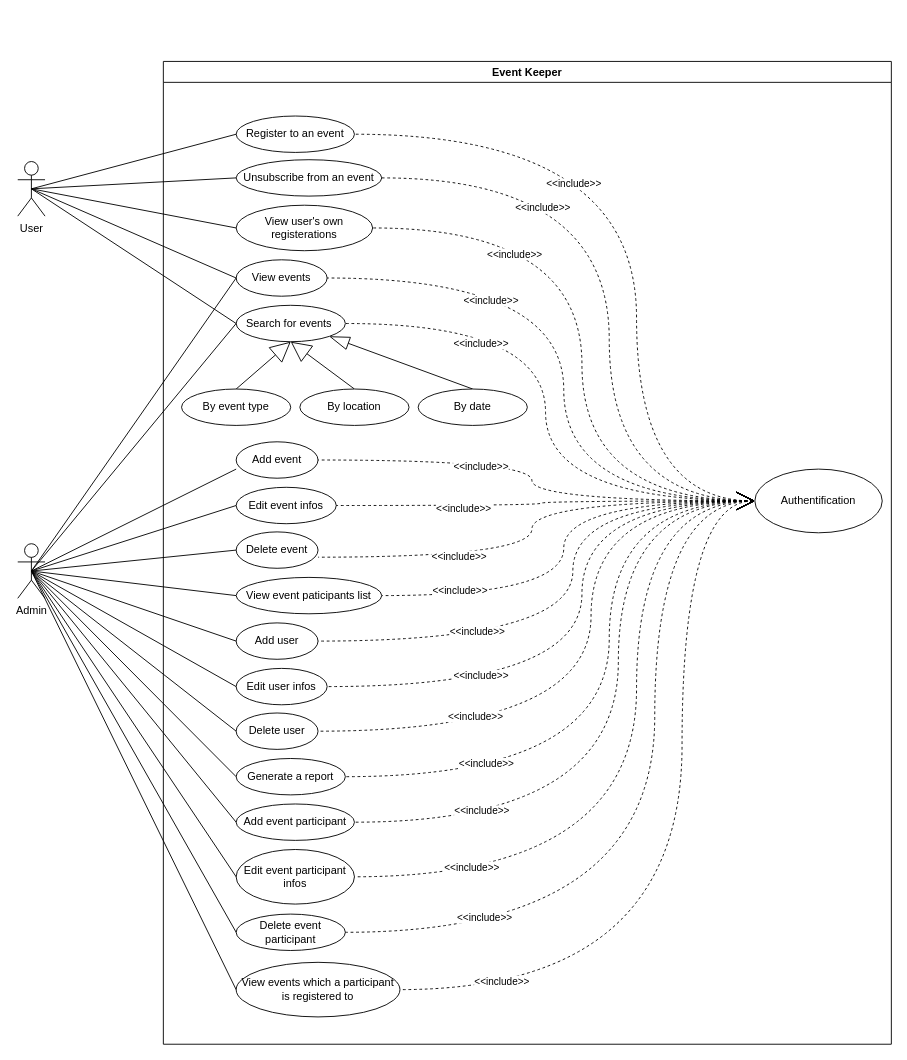
Earlier version of the draw.io diagram page "Use Case" (1 of 2) of eventKeeper.drawio (berghach/EventKeeper). Source tidied: cells renumbered, new cells numbered last; positions are measured from the earlier drawing's top-left corner, leaving out a move shared by most shapes. Both pictures are drawn from the tidied source at 91%, with x=0, y=0 at pixel (17, 61).
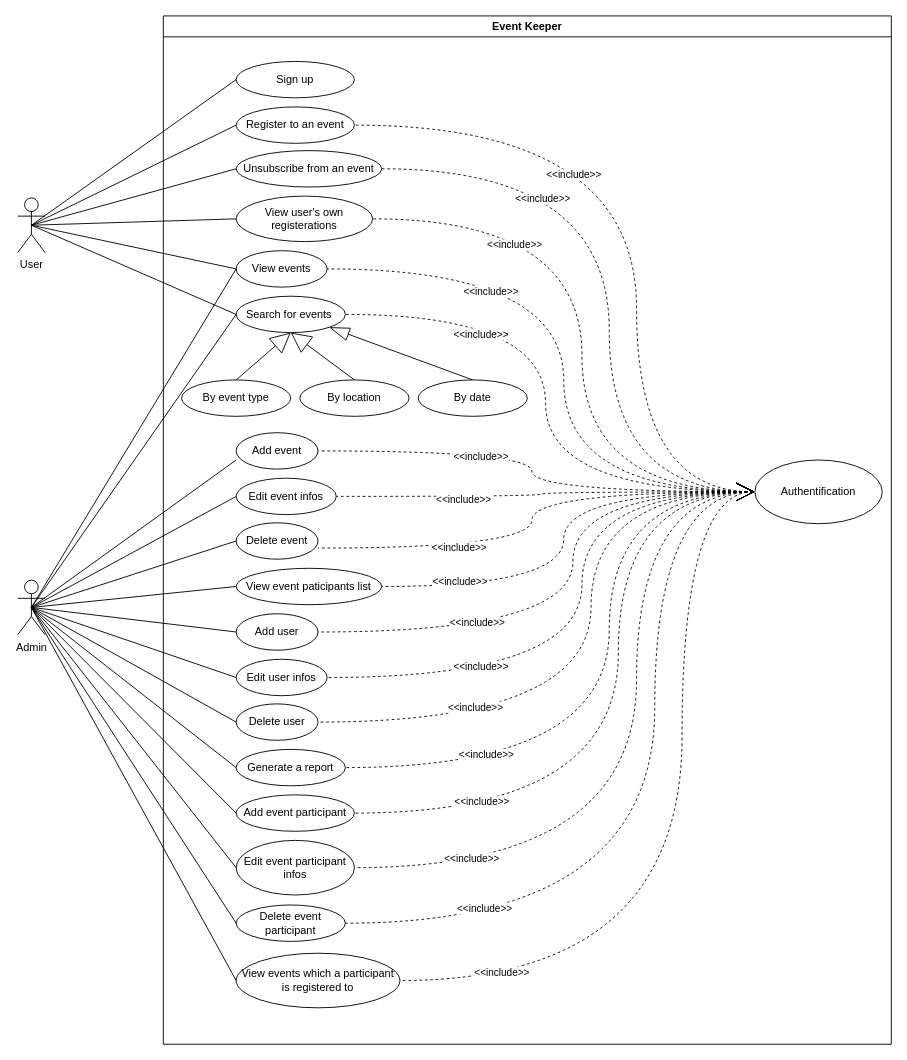
After the change.

What changed in the source:
```diff
@@
     <mxCell id="2" value="Event Keeper" style="swimlane;whiteSpace=wrap;html=1;" parent="1" vertex="1">
-      <mxGeometry x="160" width="800" height="1080" as="geometry" />
+      <mxGeometry x="160" y="-50" width="800" height="1130" as="geometry" />
     </mxCell>
     <mxCell id="3" value="Edit user infos" style="ellipse;whiteSpace=wrap;html=1;" parent="2" vertex="1">
-      <mxGeometry x="80" y="667" width="100" height="40" as="geometry" />
+      <mxGeometry x="80" y="707" width="100" height="40" as="geometry" />
     </mxCell>
     <mxCell id="4" value="Add user" style="ellipse;whiteSpace=wrap;html=1;" parent="2" vertex="1">
-      <mxGeometry x="80" y="617" width="90" height="40" as="geometry" />
+      <mxGeometry x="80" y="657" width="90" height="40" as="geometry" />
     </mxCell>
     <mxCell id="5" value="Add event" style="ellipse;whiteSpace=wrap;html=1;" parent="2" vertex="1">
-      <mxGeometry x="80" y="418" width="90" height="40" as="geometry" />
+      <mxGeometry x="80" y="458" width="90" height="40" as="geometry" />
     </mxCell>
     <mxCell id="6" value="Edit event infos" style="ellipse;whiteSpace=wrap;html=1;" parent="2" vertex="1">
-      <mxGeometry x="80" y="468" width="110" height="40" as="geometry" />
+      <mxGeometry x="80" y="508" width="110" height="40" as="geometry" />
     </mxCell>
     <mxCell id="7" value="Delete user" style="ellipse;whiteSpace=wrap;html=1;" parent="2" vertex="1">
-      <mxGeometry x="80" y="716" width="90" height="40" as="geometry" />
+      <mxGeometry x="80" y="756" width="90" height="40" as="geometry" />
     </mxCell>
     <mxCell id="8" value="Generate a report" style="ellipse;whiteSpace=wrap;html=1;" parent="2" vertex="1">
-      <mxGeometry x="80" y="766" width="120" height="40" as="geometry" />
+      <mxGeometry x="80" y="806" width="120" height="40" as="geometry" />
     </mxCell>
     <mxCell id="9" value="View events" style="ellipse;whiteSpace=wrap;html=1;" parent="2" vertex="1">
-      <mxGeometry x="80" y="218" width="100" height="40" as="geometry" />
+      <mxGeometry x="80" y="258" width="100" height="40" as="geometry" />
     </mxCell>
@@
     <mxCell id="11" value="Search for events&amp;nbsp;" style="ellipse;whiteSpace=wrap;html=1;" parent="2" vertex="1">
-      <mxGeometry x="80" y="268" width="120" height="40" as="geometry" />
+      <mxGeometry x="80" y="308" width="120" height="40" as="geometry" />
     </mxCell>
     <mxCell id="12" value="Register to an event" style="ellipse;whiteSpace=wrap;html=1;" parent="2" vertex="1">
-      <mxGeometry x="80" y="60" width="130" height="40" as="geometry" />
+      <mxGeometry x="80" y="100" width="130" height="40" as="geometry" />
     </mxCell>
     <mxCell id="13" value="View user's own registerations" style="ellipse;whiteSpace=wrap;html=1;" parent="2" vertex="1">
-      <mxGeometry x="80" y="158" width="150" height="50" as="geometry" />
+      <mxGeometry x="80" y="198" width="150" height="50" as="geometry" />
     </mxCell>
     <mxCell id="14" value="Add event participant" style="ellipse;whiteSpace=wrap;html=1;" parent="2" vertex="1">
-      <mxGeometry x="80" y="816" width="130" height="40" as="geometry" />
+      <mxGeometry x="80" y="856" width="130" height="40" as="geometry" />
     </mxCell>
     <mxCell id="15" value="Edit event participant infos" style="ellipse;whiteSpace=wrap;html=1;" parent="2" vertex="1">
-      <mxGeometry x="80" y="866" width="130" height="60" as="geometry" />
+      <mxGeometry x="80" y="906" width="130" height="60" as="geometry" />
     </mxCell>
     <mxCell id="16" value="Delete event participant" style="ellipse;whiteSpace=wrap;html=1;" parent="2" vertex="1">
-      <mxGeometry x="80" y="937" width="120" height="40" as="geometry" />
+      <mxGeometry x="80" y="977" width="120" height="40" as="geometry" />
     </mxCell>
     <mxCell id="17" value="View events which a participant is registered to" style="ellipse;whiteSpace=wrap;html=1;" parent="2" vertex="1">
-      <mxGeometry x="80" y="990" width="180" height="60" as="geometry" />
+      <mxGeometry x="80" y="1030" width="180" height="60" as="geometry" />
     </mxCell>
     <mxCell id="18" value="Unsubscribe&amp;nbsp;from an event" style="ellipse;whiteSpace=wrap;html=1;" parent="2" vertex="1">
-      <mxGeometry x="80" y="108" width="160" height="40" as="geometry" />
+      <mxGeometry x="80" y="148" width="160" height="40" as="geometry" />
     </mxCell>
     <mxCell id="19" value="By date" style="ellipse;whiteSpace=wrap;html=1;" parent="2" vertex="1">
-      <mxGeometry x="280" y="360" width="120" height="40" as="geometry" />
+      <mxGeometry x="280" y="400" width="120" height="40" as="geometry" />
     </mxCell>
@@
     <mxCell id="21" value="By location" style="ellipse;whiteSpace=wrap;html=1;" parent="2" vertex="1">
-      <mxGeometry x="150" y="360" width="120" height="40" as="geometry" />
+      <mxGeometry x="150" y="400" width="120" height="40" as="geometry" />
     </mxCell>
@@
     <mxCell id="23" value="By event type" style="ellipse;whiteSpace=wrap;html=1;" parent="2" vertex="1">
-      <mxGeometry x="20" y="360" width="120" height="40" as="geometry" />
+      <mxGeometry x="20" y="400" width="120" height="40" as="geometry" />
     </mxCell>
     <mxCell id="24" style="edgeStyle=orthogonalEdgeStyle;rounded=0;jettySize=auto;html=1;exitX=0;exitY=0.5;exitDx=0;exitDy=0;entryX=1;entryY=0.5;entryDx=0;entryDy=0;curved=1;endArrow=none;endFill=0;startArrow=open;startFill=0;endSize=6;startSize=18;dashed=1;" parent="2" edge="1" source="54" target="12">
       <mxGeometry relative="1" as="geometry">
         <Array as="points">
-          <mxPoint x="520" y="483" />
-          <mxPoint x="520" y="80" />
+          <mxPoint x="520" y="523" />
+          <mxPoint x="520" y="120" />
         </Array>
       </mxGeometry>
     </mxCell>
@@
     <mxCell id="26" style="edgeStyle=orthogonalEdgeStyle;rounded=0;jettySize=auto;html=1;exitX=0;exitY=0.5;exitDx=0;exitDy=0;entryX=1;entryY=0.5;entryDx=0;entryDy=0;curved=1;endArrow=none;endFill=0;startArrow=open;startFill=0;endSize=6;startSize=18;dashed=1;" parent="2" edge="1" source="54" target="18">
       <mxGeometry relative="1" as="geometry">
         <Array as="points">
-          <mxPoint x="490" y="483" />
-          <mxPoint x="490" y="128" />
+          <mxPoint x="490" y="523" />
+          <mxPoint x="490" y="168" />
         </Array>
       </mxGeometry>
     </mxCell>
@@
     <mxCell id="28" style="edgeStyle=orthogonalEdgeStyle;rounded=0;jettySize=auto;html=1;exitX=0;exitY=0.5;exitDx=0;exitDy=0;entryX=1;entryY=0.5;entryDx=0;entryDy=0;curved=1;endArrow=none;endFill=0;startArrow=open;startFill=0;endSize=6;startSize=18;dashed=1;" parent="2" edge="1" source="54" target="13">
       <mxGeometry relative="1" as="geometry">
         <Array as="points">
-          <mxPoint x="460" y="483" />
-          <mxPoint x="460" y="183" />
+          <mxPoint x="460" y="523" />
+          <mxPoint x="460" y="223" />
         </Array>
       </mxGeometry>
     </mxCell>
@@
     <mxCell id="30" style="edgeStyle=orthogonalEdgeStyle;rounded=0;jettySize=auto;html=1;exitX=0;exitY=0.5;exitDx=0;exitDy=0;entryX=1;entryY=0.5;entryDx=0;entryDy=0;curved=1;endArrow=none;endFill=0;startArrow=open;startFill=0;endSize=6;startSize=18;dashed=1;" parent="2" edge="1" source="54" target="9">
       <mxGeometry relative="1" as="geometry">
         <Array as="points">
-          <mxPoint x="440" y="483" />
-          <mxPoint x="440" y="238" />
+          <mxPoint x="440" y="523" />
+          <mxPoint x="440" y="278" />
         </Array>
       </mxGeometry>
     </mxCell>
@@
     <mxCell id="38" style="edgeStyle=orthogonalEdgeStyle;rounded=0;jettySize=auto;html=1;exitX=0;exitY=0.5;exitDx=0;exitDy=0;entryX=1;entryY=0.5;entryDx=0;entryDy=0;curved=1;endArrow=none;endFill=0;startArrow=open;startFill=0;endSize=6;startSize=18;dashed=1;" parent="2" edge="1" source="54" target="4">
       <mxGeometry relative="1" as="geometry">
         <Array as="points">
-          <mxPoint x="450" y="483" />
-          <mxPoint x="450" y="637" />
+          <mxPoint x="450" y="523" />
+          <mxPoint x="450" y="677" />
         </Array>
       </mxGeometry>
     </mxCell>
@@
     <mxCell id="40" style="edgeStyle=orthogonalEdgeStyle;rounded=0;jettySize=auto;html=1;exitX=0;exitY=0.5;exitDx=0;exitDy=0;entryX=1;entryY=0.5;entryDx=0;entryDy=0;curved=1;endArrow=none;endFill=0;startArrow=open;startFill=0;endSize=6;startSize=18;dashed=1;" parent="2" edge="1" source="54" target="3">
       <mxGeometry relative="1" as="geometry">
         <Array as="points">
-          <mxPoint x="460" y="483" />
-          <mxPoint x="460" y="687" />
+          <mxPoint x="460" y="523" />
+          <mxPoint x="460" y="727" />
         </Array>
       </mxGeometry>
     </mxCell>
@@
     <mxCell id="42" style="edgeStyle=orthogonalEdgeStyle;rounded=0;jettySize=auto;html=1;exitX=0;exitY=0.5;exitDx=0;exitDy=0;entryX=1;entryY=0.5;entryDx=0;entryDy=0;curved=1;endArrow=none;endFill=0;startArrow=open;startFill=0;endSize=6;startSize=18;dashed=1;" parent="2" edge="1" source="54" target="7">
       <mxGeometry relative="1" as="geometry">
         <Array as="points">
-          <mxPoint x="470" y="483" />
-          <mxPoint x="470" y="736" />
+          <mxPoint x="470" y="523" />
+          <mxPoint x="470" y="776" />
         </Array>
       </mxGeometry>
     </mxCell>
@@
     <mxCell id="44" style="edgeStyle=orthogonalEdgeStyle;rounded=0;jettySize=auto;html=1;exitX=0;exitY=0.5;exitDx=0;exitDy=0;entryX=1;entryY=0.5;entryDx=0;entryDy=0;curved=1;endArrow=none;endFill=0;startArrow=open;startFill=0;endSize=6;startSize=18;dashed=1;" parent="2" edge="1" source="54" target="8">
       <mxGeometry relative="1" as="geometry">
         <Array as="points">
-          <mxPoint x="490" y="483" />
-          <mxPoint x="490" y="786" />
+          <mxPoint x="490" y="523" />
+          <mxPoint x="490" y="826" />
         </Array>
       </mxGeometry>
     </mxCell>
@@
     <mxCell id="46" style="edgeStyle=orthogonalEdgeStyle;rounded=0;jettySize=auto;html=1;exitX=0;exitY=0.5;exitDx=0;exitDy=0;entryX=1;entryY=0.5;entryDx=0;entryDy=0;curved=1;endArrow=none;endFill=0;startArrow=open;startFill=0;endSize=6;startSize=18;dashed=1;" parent="2" edge="1" source="54" target="14">
       <mxGeometry relative="1" as="geometry">
         <Array as="points">
-          <mxPoint x="500" y="483" />
-          <mxPoint x="500" y="836" />
+          <mxPoint x="500" y="523" />
+          <mxPoint x="500" y="876" />
         </Array>
       </mxGeometry>
     </mxCell>
@@
     <mxCell id="48" style="edgeStyle=orthogonalEdgeStyle;rounded=0;jettySize=auto;html=1;exitX=0;exitY=0.5;exitDx=0;exitDy=0;entryX=1;entryY=0.5;entryDx=0;entryDy=0;curved=1;endArrow=none;endFill=0;startArrow=open;startFill=0;endSize=6;startSize=18;dashed=1;" parent="2" edge="1" source="54" target="15">
       <mxGeometry relative="1" as="geometry">
         <Array as="points">
-          <mxPoint x="520" y="483" />
-          <mxPoint x="520" y="896" />
+          <mxPoint x="520" y="523" />
+          <mxPoint x="520" y="936" />
         </Array>
       </mxGeometry>
     </mxCell>
@@
     <mxCell id="50" style="edgeStyle=orthogonalEdgeStyle;rounded=0;jettySize=auto;html=1;exitX=0;exitY=0.5;exitDx=0;exitDy=0;entryX=1;entryY=0.5;entryDx=0;entryDy=0;curved=1;endArrow=none;endFill=0;startArrow=open;startFill=0;endSize=6;startSize=18;dashed=1;" parent="2" edge="1" source="54" target="16">
       <mxGeometry relative="1" as="geometry">
         <Array as="points">
-          <mxPoint x="540" y="483" />
-          <mxPoint x="540" y="957" />
+          <mxPoint x="540" y="523" />
+          <mxPoint x="540" y="997" />
         </Array>
       </mxGeometry>
     </mxCell>
@@
     <mxCell id="52" style="edgeStyle=orthogonalEdgeStyle;rounded=0;jettySize=auto;html=1;exitX=0;exitY=0.5;exitDx=0;exitDy=0;entryX=1;entryY=0.5;entryDx=0;entryDy=0;curved=1;endArrow=none;endFill=0;startArrow=open;startFill=0;endSize=6;startSize=18;dashed=1;" parent="2" edge="1" source="54" target="17">
       <mxGeometry relative="1" as="geometry">
         <Array as="points">
-          <mxPoint x="570" y="483" />
-          <mxPoint x="570" y="1020" />
+          <mxPoint x="570" y="523" />
+          <mxPoint x="570" y="1060" />
         </Array>
       </mxGeometry>
     </mxCell>
@@
     <mxCell id="54" value="Authentification" style="ellipse;whiteSpace=wrap;html=1;" parent="2" vertex="1">
-      <mxGeometry x="650" y="448" width="140" height="70" as="geometry" />
+      <mxGeometry x="650" y="488" width="140" height="70" as="geometry" />
     </mxCell>
+    <mxCell id="82" value="Sign up" style="ellipse;whiteSpace=wrap;html=1;" parent="2" vertex="1">
+      <mxGeometry x="80" y="50" width="130" height="40" as="geometry" />
+    </mxCell>
     <mxCell id="55" value="Delete event" style="ellipse;whiteSpace=wrap;html=1;" parent="1" vertex="1">
-      <mxGeometry x="240" y="517" width="90" height="40" as="geometry" />
+      <mxGeometry x="240" y="507" width="90" height="40" as="geometry" />
     </mxCell>
@@
+    <mxCell id="83" style="rounded=0;jettySize=auto;html=1;exitX=0.5;exitY=0.5;exitDx=0;exitDy=0;exitPerimeter=0;entryX=0;entryY=0.5;entryDx=0;entryDy=0;endArrow=none;endFill=0;" parent="1" edge="1" source="61" target="82">
+      <mxGeometry relative="1" as="geometry" />
+    </mxCell>
     <mxCell id="61" value="User" style="shape=umlActor;verticalLabelPosition=bottom;verticalAlign=top;html=1;" parent="1" vertex="1">
-      <mxGeometry y="110" width="30" height="60" as="geometry" />
+      <mxGeometry y="150" width="30" height="60" as="geometry" />
     </mxCell>
@@
     <mxCell id="71" style="rounded=0;jettySize=auto;html=1;exitX=0.5;exitY=0.5;exitDx=0;exitDy=0;exitPerimeter=0;entryX=0;entryY=0.5;entryDx=0;entryDy=0;endArrow=none;endFill=0;" parent="1" edge="1" target="17">
       <mxGeometry relative="1" as="geometry">
-        <mxPoint x="15" y="560" as="sourcePoint" />
+        <mxPoint x="15" y="600" as="sourcePoint" />
       </mxGeometry>
     </mxCell>
@@
     <mxCell id="75" value="Admin" style="shape=umlActor;verticalLabelPosition=bottom;verticalAlign=top;html=1;" parent="1" vertex="1">
-      <mxGeometry y="530" width="30" height="60" as="geometry" />
+      <mxGeometry y="570" width="30" height="60" as="geometry" />
     </mxCell>
@@
     <mxCell id="77" value="View event paticipants list" style="ellipse;whiteSpace=wrap;html=1;" parent="1" vertex="1">
-      <mxGeometry x="240" y="567" width="160" height="40" as="geometry" />
+      <mxGeometry x="240" y="557" width="160" height="40" as="geometry" />
     </mxCell>
```
